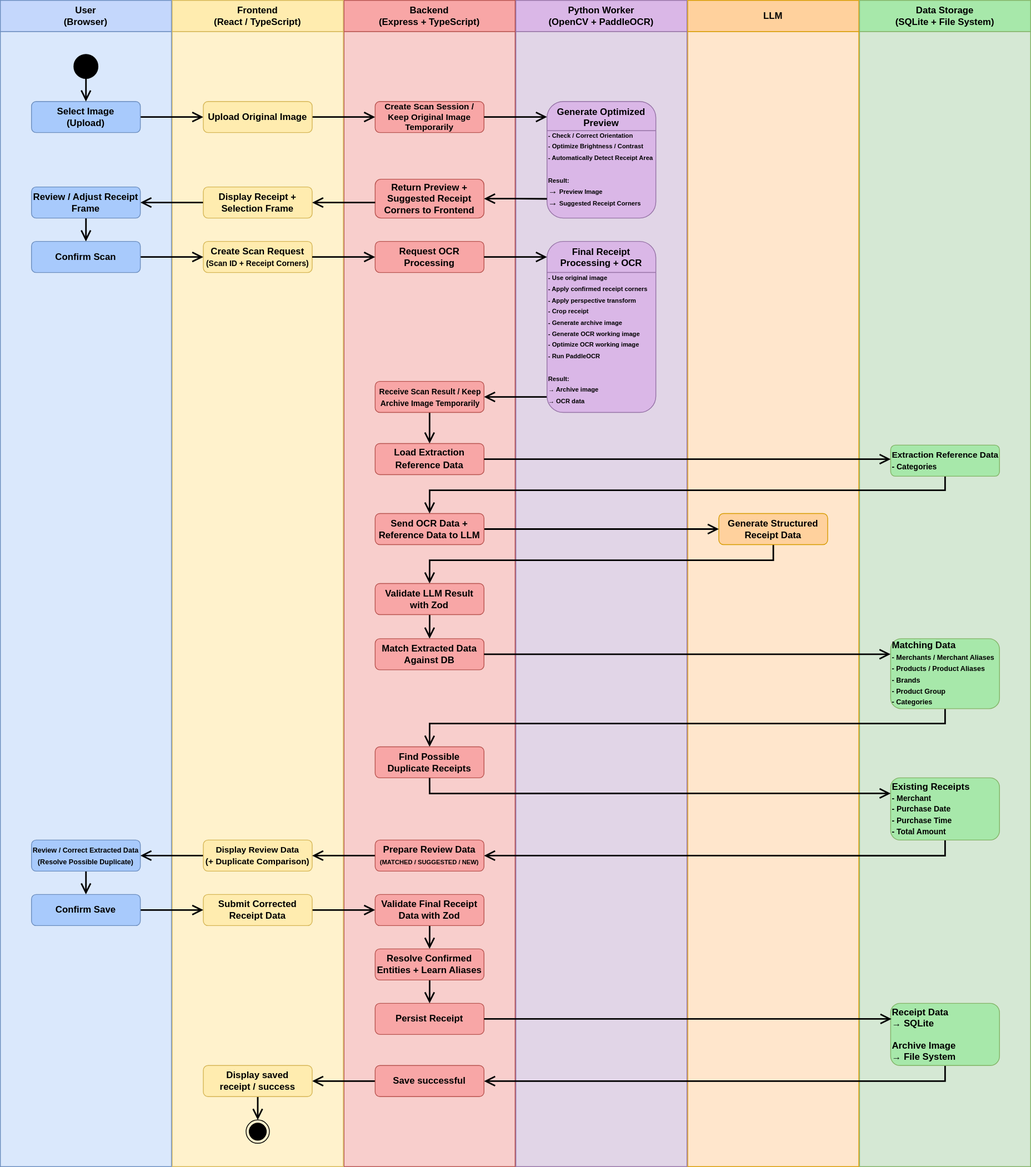
codemorra/receipt-tracker keeps this draw.io diagram as docs/import-workflow.svg. Above is the earlier version. Source tidied: cells renumbered, new cells last; positions are measured from the earlier drawing's top-left corner, leaving out a move shared by most shapes.
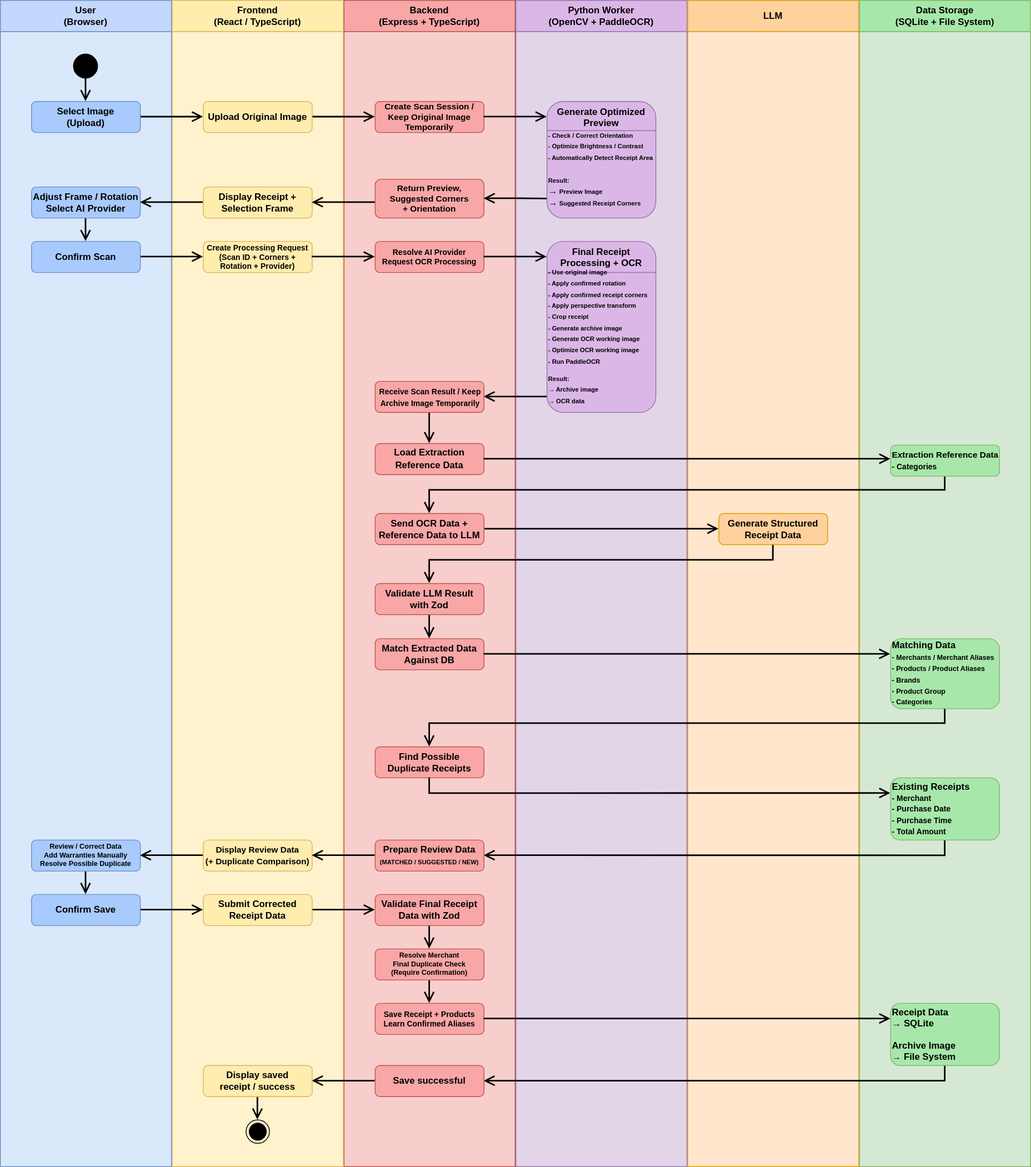
Later version of the same file.

Commit message:
docs: update import workflow diagram

Diff of the diagram source:
```diff
@@ -1,4 +1,4 @@
-<mxGraphModel>
+<mxGraphModel background="#ffffff">
   <root>
     <mxCell id="0" />
     <mxCell id="1" parent="0" />
@@ -44,7 +44,7 @@
     <mxCell id="15" value="&lt;div&gt;&lt;span style=&quot;font-size: 8px; background-color: transparent; color: light-dark(rgb(0, 0, 0), rgb(255, 255, 255));&quot;&gt;-&amp;nbsp;&lt;/span&gt;&lt;span style=&quot;background-color: transparent; font-size: 8px;&quot;&gt;Check / Correct Orientation&lt;/span&gt;&lt;/div&gt;&lt;div style=&quot;&quot;&gt;&lt;font style=&quot;font-size: 8px;&quot;&gt;- Optimize Brightness / Contrast&lt;/font&gt;&lt;/div&gt;&lt;div style=&quot;&quot;&gt;&lt;font style=&quot;font-size: 8px;&quot;&gt;- Automatically Detect Receipt Area&lt;/font&gt;&lt;/div&gt;" style="text;html=1;whiteSpace=wrap;strokeColor=none;fillColor=none;align=left;verticalAlign=middle;rounded=0;fontStyle=1;fontFamily=Helvetica;" parent="1" vertex="1">
       <mxGeometry x="703" y="172" width="140" height="30" as="geometry" />
     </mxCell>
-    <mxCell id="16" value="Return Preview + Suggested Receipt Corners to Frontend" style="rounded=1;whiteSpace=wrap;html=1;fillColor=#F8A6A6;strokeColor=#B85450;fontStyle=1;fontFamily=Helvetica;" parent="1" vertex="1">
+    <mxCell id="16" value="Return Preview, Suggested Corners&lt;br&gt;+ Orientation" style="rounded=1;whiteSpace=wrap;html=1;fillColor=#F8A6A6;strokeColor=#B85450;fontStyle=1;fontFamily=Helvetica;fontSize=11;" parent="1" vertex="1">
       <mxGeometry x="482" y="230" width="140" height="50" as="geometry" />
     </mxCell>
     <mxCell id="17" style="edgeStyle=orthogonalEdgeStyle;rounded=0;jettySize=auto;html=1;entryX=1;entryY=0.5;entryDx=0;entryDy=0;endArrow=open;endFill=0;startSize=10;endSize=10;strokeWidth=2;fontStyle=1;fontFamily=Helvetica;" parent="1" edge="1" source="18" target="20">
@@ -56,13 +56,13 @@
     <mxCell id="19" style="edgeStyle=orthogonalEdgeStyle;rounded=0;jettySize=auto;html=1;entryX=0.5;entryY=0;entryDx=0;entryDy=0;endArrow=open;endFill=0;startSize=10;endSize=10;strokeWidth=2;fontStyle=1;fontFamily=Helvetica;" parent="1" edge="1" source="20" target="49">
       <mxGeometry relative="1" as="geometry" />
     </mxCell>
-    <mxCell id="20" value="Review / Adjust Receipt Frame" style="rounded=1;whiteSpace=wrap;html=1;fillColor=#A8CAFC;strokeColor=#6C8EBF;fontStyle=1;fontFamily=Helvetica;" parent="1" vertex="1">
+    <mxCell id="20" value="&lt;font style=&quot;font-size: 12px;&quot;&gt;Adjust Frame / Rotation&lt;br&gt;Select AI Provider&lt;/font&gt;" style="rounded=1;whiteSpace=wrap;html=1;fillColor=#A8CAFC;strokeColor=#6C8EBF;fontStyle=1;fontFamily=Helvetica;fontSize=10;" parent="1" vertex="1">
       <mxGeometry x="40" y="240" width="140" height="40" as="geometry" />
     </mxCell>
-    <mxCell id="21" value="&lt;font&gt;Create Scan Request&lt;/font&gt;&lt;div&gt;&lt;font style=&quot;font-size: 10px;&quot;&gt;(Scan ID + Receipt Corners)&lt;/font&gt;&lt;/div&gt;" style="rounded=1;whiteSpace=wrap;html=1;fillColor=#FFECAF;strokeColor=#d6b656;fontStyle=1;fontFamily=Helvetica;" parent="1" vertex="1">
+    <mxCell id="21" value="Create Processing Request&lt;br&gt;(Scan ID + Corners +&lt;br&gt;Rotation + Provider)" style="rounded=1;whiteSpace=wrap;html=1;fillColor=#FFECAF;strokeColor=#d6b656;fontStyle=1;fontFamily=Helvetica;fontSize=10;" parent="1" vertex="1">
       <mxGeometry x="261" y="310" width="140" height="40" as="geometry" />
     </mxCell>
-    <mxCell id="22" value="Request OCR&lt;div&gt;Processing&lt;/div&gt;" style="rounded=1;whiteSpace=wrap;html=1;fillColor=#F8A6A6;strokeColor=#B85450;fontStyle=1;fontFamily=Helvetica;" parent="1" vertex="1">
+    <mxCell id="22" value="Resolve AI Provider&lt;br&gt;Request OCR Processing" style="rounded=1;whiteSpace=wrap;html=1;fillColor=#F8A6A6;strokeColor=#B85450;fontStyle=1;fontFamily=Helvetica;fontSize=10;" parent="1" vertex="1">
       <mxGeometry x="482" y="310" width="140" height="40" as="geometry" />
     </mxCell>
     <mxCell id="23" style="edgeStyle=orthogonalEdgeStyle;rounded=0;jettySize=auto;html=1;entryX=0;entryY=0.75;entryDx=0;entryDy=0;startArrow=open;startFill=0;endArrow=none;endFill=0;startSize=10;endSize=10;strokeWidth=2;fontStyle=1;fontFamily=Helvetica;" parent="1" edge="1" source="25" target="57">
@@ -100,7 +100,7 @@
     <mxCell id="32" style="edgeStyle=orthogonalEdgeStyle;rounded=0;jettySize=auto;html=1;entryX=0.5;entryY=0;entryDx=0;entryDy=0;endArrow=open;endFill=0;startSize=10;endSize=10;strokeWidth=2;fontStyle=1;fontFamily=Helvetica;" parent="1" edge="1" source="33" target="42">
       <mxGeometry relative="1" as="geometry" />
     </mxCell>
-    <mxCell id="33" value="&lt;div&gt;&lt;font style=&quot;font-size: 9px;&quot;&gt;Review / Correct Extracted Data&lt;/font&gt;&lt;/div&gt;&lt;div&gt;&lt;font style=&quot;font-size: 9px;&quot;&gt;(Resolve Possible Duplicate)&lt;/font&gt;&lt;/div&gt;" style="rounded=1;whiteSpace=wrap;html=1;fillColor=#A8CAFC;strokeColor=#6C8EBF;fontStyle=1;fontFamily=Helvetica;" parent="1" vertex="1">
+    <mxCell id="33" value="Review / Correct Data&lt;br&gt;Add Warranties Manually&lt;br&gt;Resolve Possible Duplicate" style="rounded=1;whiteSpace=wrap;html=1;fillColor=#A8CAFC;strokeColor=#6C8EBF;fontStyle=1;fontFamily=Helvetica;fontSize=9;" parent="1" vertex="1">
       <mxGeometry x="40" y="1080" width="140" height="40" as="geometry" />
     </mxCell>
     <mxCell id="34" style="edgeStyle=orthogonalEdgeStyle;rounded=0;jettySize=auto;html=1;endArrow=open;endFill=0;startSize=10;endSize=10;strokeWidth=2;fontStyle=1;fontFamily=Helvetica;" parent="1" edge="1" source="35" target="37">
@@ -177,7 +177,7 @@
         <mxPoint x="843" y="349.9" as="targetPoint" />
       </mxGeometry>
     </mxCell>
-    <mxCell id="56" value="&lt;font style=&quot;font-size: 8px;&quot;&gt;- Use original image&lt;br&gt;- Apply confirmed receipt corners&lt;br&gt;- Apply perspective transform&lt;br&gt;- Crop receipt&lt;br&gt;- Generate archive image&lt;br&gt;- Generate OCR working image&lt;br&gt;- Optimize OCR working image&lt;br&gt;- Run PaddleOCR&lt;/font&gt;" style="text;html=1;whiteSpace=wrap;strokeColor=none;fillColor=none;align=left;verticalAlign=middle;rounded=0;fontStyle=1;fontFamily=Helvetica;" parent="1" vertex="1">
+    <mxCell id="56" value="&lt;font style=&quot;font-size: 8px;&quot;&gt;- Use original image&lt;br&gt;- Apply confirmed rotation&lt;br&gt;- Apply confirmed receipt corners&lt;br&gt;- Apply perspective transform&lt;br&gt;- Crop receipt&lt;br&gt;- Generate archive image&lt;br&gt;- Generate OCR working image&lt;br&gt;- Optimize OCR working image&lt;br&gt;- Run PaddleOCR&lt;/font&gt;" style="text;html=1;whiteSpace=wrap;strokeColor=none;fillColor=none;align=left;verticalAlign=middle;rounded=0;fontStyle=1;fontFamily=Helvetica;" parent="1" vertex="1">
       <mxGeometry x="703" y="346" width="142" height="120" as="geometry" />
     </mxCell>
     <mxCell id="57" value="&lt;font style=&quot;font-size: 8px;&quot;&gt;Result:&lt;br&gt;→ Archive image&lt;br&gt;→ OCR data&lt;/font&gt;" style="text;html=1;whiteSpace=wrap;strokeColor=none;fillColor=none;align=left;verticalAlign=middle;rounded=0;fontStyle=1;fontFamily=Helvetica;" parent="1" vertex="1">
@@ -198,7 +198,7 @@
     <mxCell id="62" style="edgeStyle=orthogonalEdgeStyle;rounded=0;jettySize=auto;html=1;entryX=0;entryY=0.091;entryDx=0;entryDy=0;entryPerimeter=0;endArrow=open;endFill=0;startSize=10;endSize=10;strokeWidth=2;fontStyle=1;fontFamily=Helvetica;" parent="1" edge="1" source="22" target="54">
       <mxGeometry relative="1" as="geometry" />
     </mxCell>
-    <mxCell id="63" value="Persist Receipt" style="rounded=1;whiteSpace=wrap;html=1;fillColor=#F8A6A6;strokeColor=#B85450;fontStyle=1;fontFamily=Helvetica;" parent="1" vertex="1">
+    <mxCell id="63" value="Save Receipt + Products&lt;br&gt;Learn Confirmed Aliases" style="rounded=1;whiteSpace=wrap;html=1;fillColor=#F8A6A6;strokeColor=#B85450;fontStyle=1;fontFamily=Helvetica;fontSize=10;" parent="1" vertex="1">
       <mxGeometry x="482" y="1290" width="140" height="40" as="geometry" />
     </mxCell>
     <mxCell id="64" style="edgeStyle=orthogonalEdgeStyle;rounded=0;jettySize=auto;html=1;entryX=1;entryY=0.5;entryDx=0;entryDy=0;startSize=10;endSize=10;endArrow=open;endFill=0;strokeWidth=2;fontStyle=1;fontFamily=Helvetica;" parent="1" edge="1" source="65" target="67">
@@ -216,13 +216,8 @@
     <mxCell id="68" style="ellipse;html=1;shape=endState;fillColor=#000000;strokeColor=#000000;fontStyle=1;fontFamily=Helvetica;" parent="1" vertex="1">
       <mxGeometry x="316" y="1440" width="30" height="30" as="geometry" />
     </mxCell>
-    <mxCell id="69" style="edgeStyle=orthogonalEdgeStyle;rounded=0;jettySize=auto;html=1;strokeWidth=2;endArrow=open;endFill=0;startSize=10;endSize=10;fontStyle=1;fontFamily=Helvetica;" parent="1" edge="1" source="63">
-      <mxGeometry relative="1" as="geometry">
-        <mxPoint x="1146" y="1310" as="targetPoint" />
-        <Array as="points">
-          <mxPoint x="1146" y="1310" />
-        </Array>
-      </mxGeometry>
+    <mxCell id="69" style="edgeStyle=orthogonalEdgeStyle;rounded=0;jettySize=auto;html=1;strokeWidth=2;endArrow=open;endFill=0;startSize=10;endSize=10;fontStyle=1;fontFamily=Helvetica;exitX=1;exitY=0.5;entryX=0;entryY=0.25;entryDx=0;entryDy=0;" parent="1" edge="1" source="63" target="39">
+      <mxGeometry relative="1" as="geometry" />
     </mxCell>
     <mxCell id="70" value="&lt;span&gt;User&lt;/span&gt;&lt;div&gt;(Browser)&lt;/div&gt;" style="rounded=0;whiteSpace=wrap;html=1;fillColor=#C4D7FC;strokeColor=#6c8ebf;fontStyle=1;fontFamily=Helvetica;" parent="1" vertex="1">
       <mxGeometry width="220" height="40" as="geometry" />
@@ -298,7 +293,7 @@
     <mxCell id="85" style="edgeStyle=orthogonalEdgeStyle;rounded=0;jettySize=auto;html=1;entryX=0.5;entryY=0;entryDx=0;entryDy=0;strokeWidth=2;endArrow=open;endFill=0;startSize=10;endSize=10;fontFamily=Helvetica;" parent="1" edge="1" source="86" target="63">
       <mxGeometry relative="1" as="geometry" />
     </mxCell>
-    <mxCell id="86" value="Resolve Confirmed Entities + Learn Aliases" style="rounded=1;whiteSpace=wrap;html=1;fillColor=#F8A6A6;strokeColor=#B85450;fontStyle=1;fontFamily=Helvetica;" parent="1" vertex="1">
+    <mxCell id="86" value="Resolve Merchant&lt;br&gt;Final Duplicate Check&lt;br&gt;(Require Confirmation)" style="rounded=1;whiteSpace=wrap;html=1;fillColor=#F8A6A6;strokeColor=#B85450;fontStyle=1;fontFamily=Helvetica;fontSize=9;" parent="1" vertex="1">
       <mxGeometry x="482" y="1220" width="140" height="40" as="geometry" />
     </mxCell>
   </root>
```
